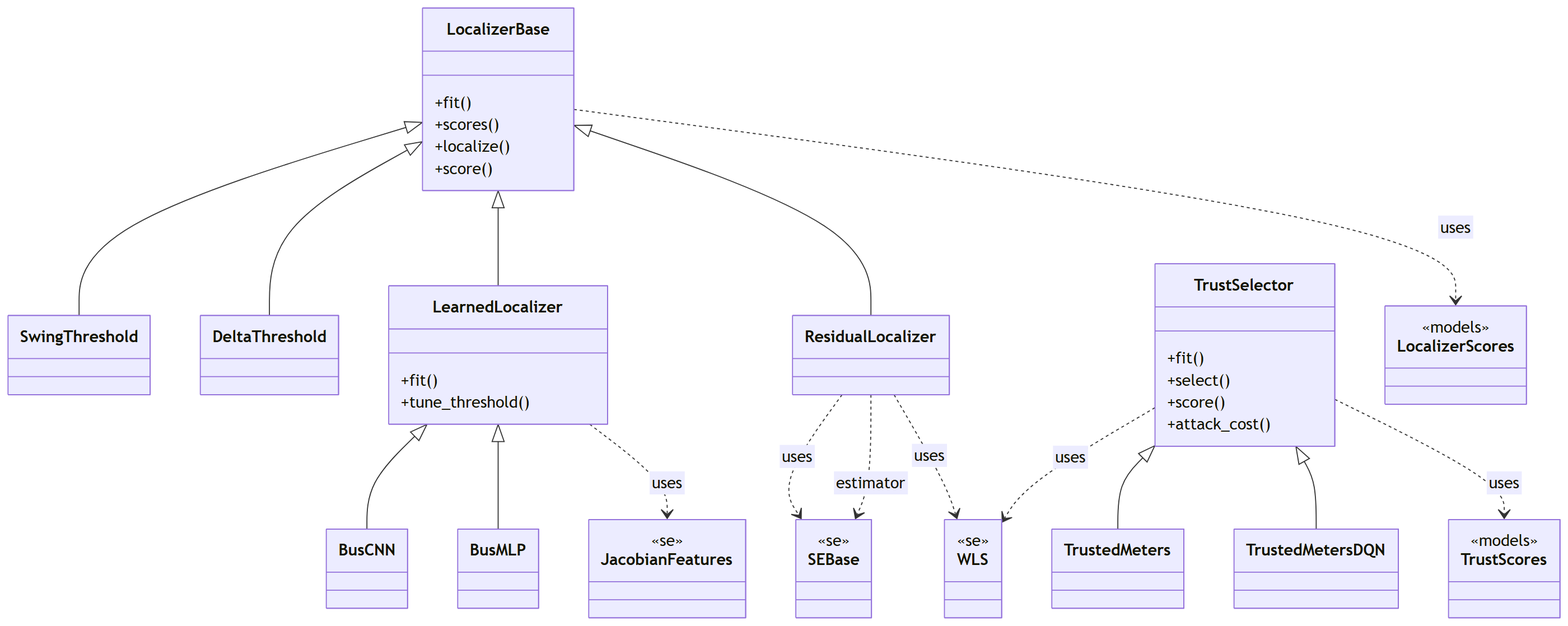
This is docs/figures/diagrams/classes_localization_trust.png from myersben9/fdia-graph, a Mermaid export, as it was before one commit. Its source is kept beside it as docs/figures/diagrams/classes_localization_trust.mmd. The source it was exported from:
```mermaid
classDiagram
    class LocalizerBase {
        +fit()
        +scores()
        +localize()
        +score()
    }
    class SwingThreshold {
    }
    class DeltaThreshold {
    }
    class ResidualLocalizer {
    }
    class LearnedLocalizer {
        +fit()
        +tune_threshold()
    }
    class BusCNN {
    }
    class BusMLP {
    }
    class TrustSelector {
        +fit()
        +select()
        +score()
        +attack_cost()
    }
    class TrustedMeters {
    }
    class TrustedMetersDQN {
    }
    class JacobianFeatures {
        <<se>>
    }
    class LocalizerScores {
        <<models>>
    }
    class SEBase {
        <<se>>
    }
    class TrustScores {
        <<models>>
    }
    class WLS {
        <<se>>
    }
    LearnedLocalizer <|-- BusCNN
    LearnedLocalizer <|-- BusMLP
    LocalizerBase <|-- DeltaThreshold
    LocalizerBase <|-- LearnedLocalizer
    LocalizerBase <|-- ResidualLocalizer
    LocalizerBase <|-- SwingThreshold
    TrustSelector <|-- TrustedMeters
    TrustSelector <|-- TrustedMetersDQN
    LearnedLocalizer ..> JacobianFeatures : uses
    LocalizerBase ..> LocalizerScores : uses
    ResidualLocalizer ..> SEBase : uses
    ResidualLocalizer ..> SEBase : estimator
    ResidualLocalizer ..> WLS : uses
    TrustSelector ..> TrustScores : uses
    TrustSelector ..> WLS : uses
```
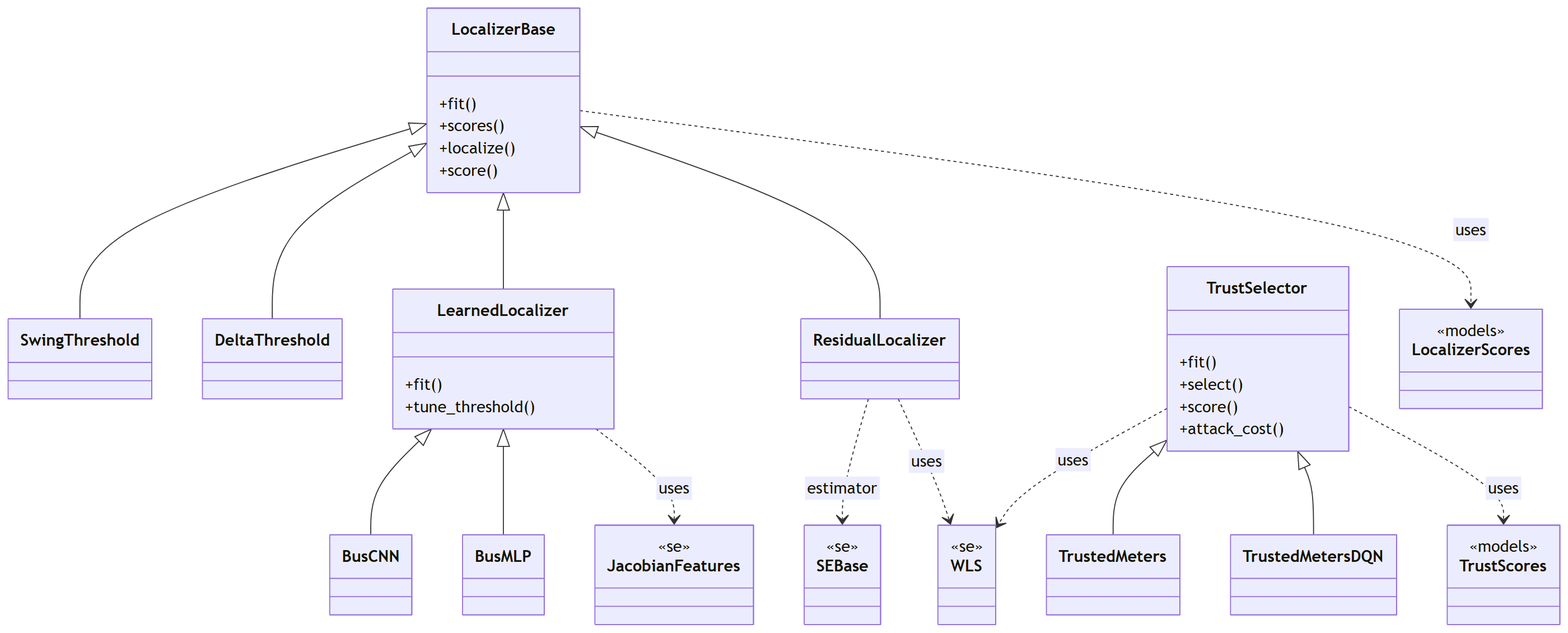
After the change.

Change to the diagram source:
```diff
@@ -54,7 +54,6 @@
     TrustSelector <|-- TrustedMetersDQN
     LearnedLocalizer ..> JacobianFeatures : uses
     LocalizerBase ..> LocalizerScores : uses
-    ResidualLocalizer ..> SEBase : uses
     ResidualLocalizer ..> SEBase : estimator
     ResidualLocalizer ..> WLS : uses
     TrustSelector ..> TrustScores : uses
```
